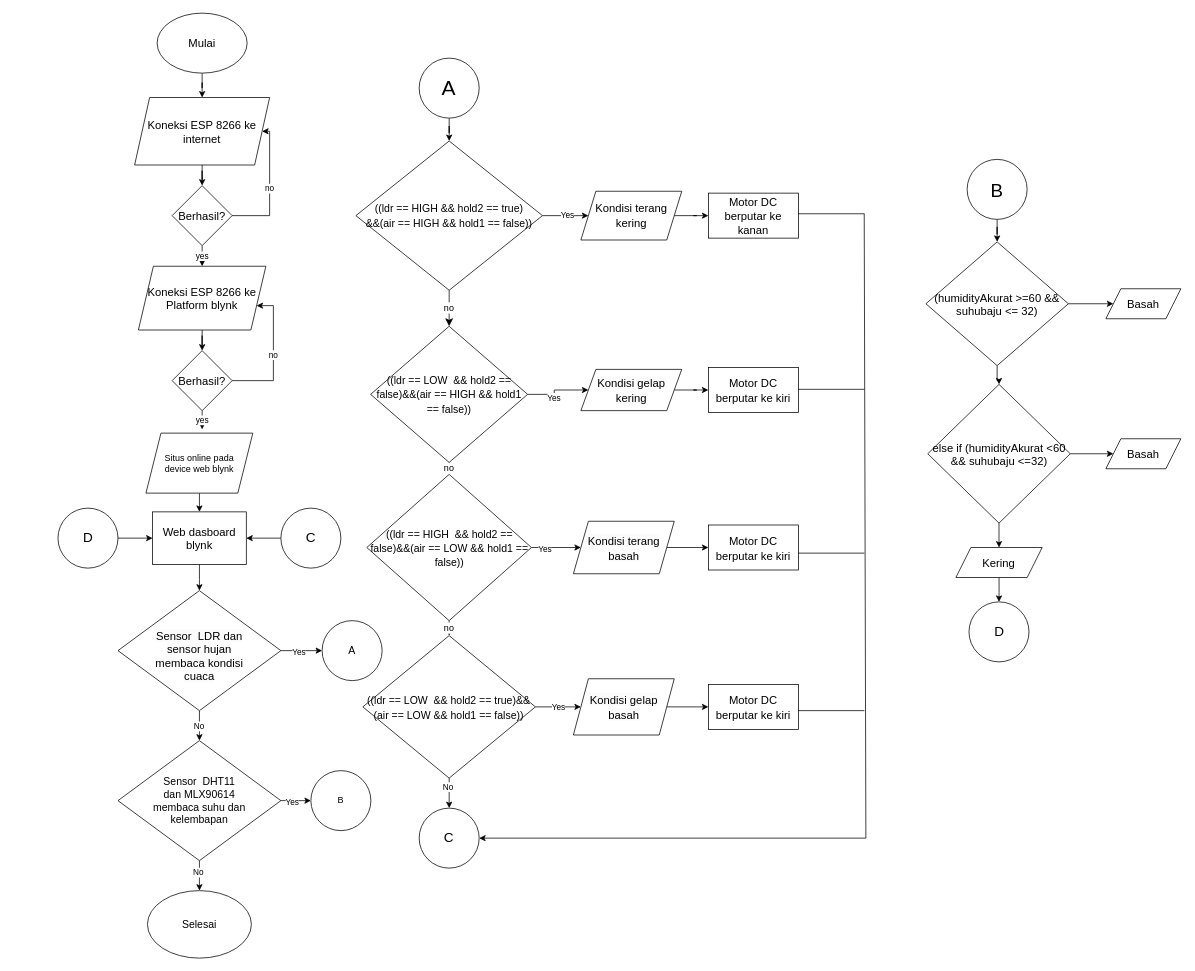
briannugroho/technical-project-Assignment-1 keeps this draw.io diagram as Untitled Diagram.drawio. Above is the earlier version. Source tidied: cells renumbered, new cells numbered last; positions are measured from the earlier drawing's top-left corner, leaving out a move shared by most shapes. Both pictures are drawn from the tidied source at 75%, with x=0, y=0 at pixel (58, 13).
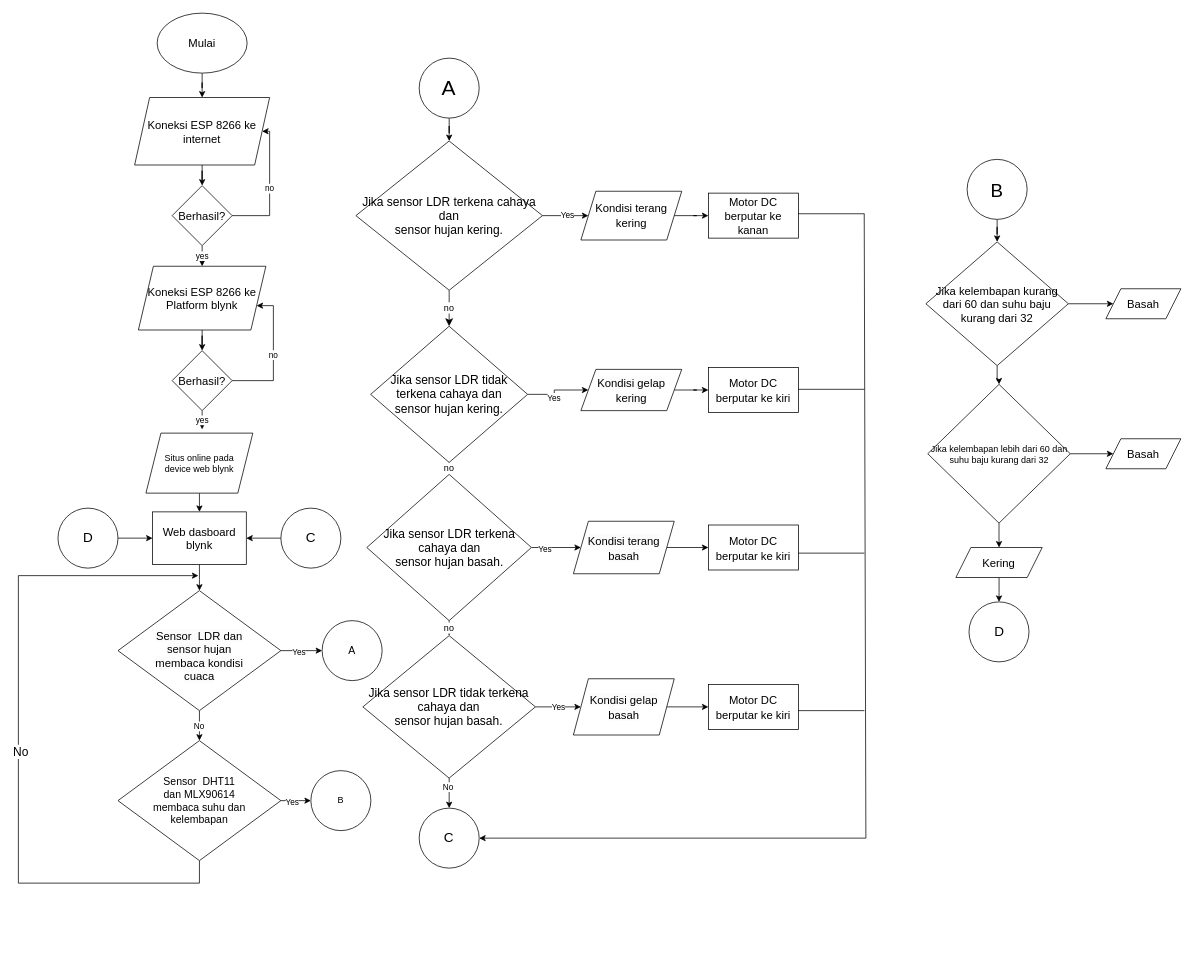
The same diagram, later.

Unchanged cells that the change refers to:
```xml
<mxCell id="76" value="&lt;font style=&quot;font-size: 14px;&quot;&gt;Sensor&amp;nbsp; DHT11&lt;br&gt;dan MLX90614&lt;br&gt;membaca suhu dan&lt;br&gt;kelembapan&lt;/font&gt;" style="rhombus;whiteSpace=wrap;html=1;" parent="1" vertex="1">
  <mxGeometry x="79.8" y="970" width="217.2" height="160" as="geometry" />
</mxCell>
```

Diff of the diagram source:
```diff
@@
-    <mxCell id="19" value="&lt;font style=&quot;font-size: 14px;&quot;&gt;((ldr == HIGH &amp;amp;&amp;amp; hold2 == true) &lt;br&gt;&amp;amp;&amp;amp;(air == HIGH &amp;amp;&amp;amp; hold1 == false))&lt;/font&gt;" style="rhombus;whiteSpace=wrap;html=1;rounded=0;fontSize=16;" parent="1" vertex="1">
+    <mxCell id="19" value="&lt;font style=&quot;font-size: 16px;&quot;&gt;Jika sensor LDR terkena cahaya dan&lt;br&gt;sensor hujan kering.&lt;/font&gt;" style="rhombus;whiteSpace=wrap;html=1;rounded=0;fontSize=16;" parent="1" vertex="1">
       <mxGeometry x="397" y="170.5" width="248.8" height="199" as="geometry" />
     </mxCell>
@@
-    <mxCell id="23" value="&lt;font style=&quot;font-size: 14px;&quot;&gt;((ldr == LOW&amp;nbsp; &amp;amp;&amp;amp; hold2 == false)&amp;amp;&amp;amp;(air == HIGH &amp;amp;&amp;amp; hold1 == false))&lt;/font&gt;" style="rhombus;whiteSpace=wrap;html=1;rounded=0;fontSize=16;" parent="1" vertex="1">
+    <mxCell id="23" value="Jika sensor LDR tidak terkena cahaya dan&lt;br style=&quot;border-color: var(--border-color);&quot;&gt;sensor hujan kering." style="rhombus;whiteSpace=wrap;html=1;rounded=0;fontSize=16;" parent="1" vertex="1">
       <mxGeometry x="416.7" y="417.5" width="209.3" height="181.6" as="geometry" />
     </mxCell>
@@
-    <mxCell id="27" value="&lt;font style=&quot;font-size: 14px;&quot;&gt;((ldr == HIGH&amp;nbsp; &amp;amp;&amp;amp; hold2 == false)&amp;amp;&amp;amp;(air == LOW &amp;amp;&amp;amp; hold1 == false))&lt;/font&gt;" style="rhombus;whiteSpace=wrap;html=1;rounded=0;fontSize=16;" parent="1" vertex="1">
+    <mxCell id="27" value="Jika sensor LDR terkena cahaya dan&lt;br style=&quot;border-color: var(--border-color);&quot;&gt;sensor hujan basah." style="rhombus;whiteSpace=wrap;html=1;rounded=0;fontSize=16;" parent="1" vertex="1">
       <mxGeometry x="411.6" y="615" width="219.5" height="195" as="geometry" />
     </mxCell>
@@
-    <mxCell id="32" value="&lt;font style=&quot;font-size: 14px;&quot;&gt;((ldr == LOW&amp;nbsp; &amp;amp;&amp;amp; hold2 == true)&amp;amp;&amp;amp;(air == LOW &amp;amp;&amp;amp; hold1 == false))&lt;/font&gt;" style="rhombus;whiteSpace=wrap;html=1;rounded=0;fontSize=16;" parent="1" vertex="1">
+    <mxCell id="32" value="Jika sensor LDR tidak terkena cahaya dan&lt;br style=&quot;border-color: var(--border-color);&quot;&gt;sensor hujan basah." style="rhombus;whiteSpace=wrap;html=1;rounded=0;fontSize=16;" parent="1" vertex="1">
       <mxGeometry x="406.3" y="830" width="230.1" height="190" as="geometry" />
     </mxCell>
@@
-    <mxCell id="51" value="&lt;font style=&quot;font-size: 15px;&quot;&gt;(humidityAkurat &amp;gt;=60 &amp;amp;&amp;amp; suhubaju &amp;lt;= 32)&lt;/font&gt;" style="rhombus;whiteSpace=wrap;html=1;" parent="1" vertex="1">
+    <mxCell id="51" value="&lt;font style=&quot;font-size: 15px;&quot;&gt;Jika kelembapan kurang dari 60 dan suhu baju kurang dari 32&lt;/font&gt;" style="rhombus;whiteSpace=wrap;html=1;" parent="1" vertex="1">
       <mxGeometry x="1157" y="305" width="190" height="165" as="geometry" />
     </mxCell>
@@
-    <mxCell id="54" value="&lt;font style=&quot;font-size: 15px;&quot;&gt;else if (humidityAkurat &amp;lt;60 &amp;amp;&amp;amp; suhubaju &amp;lt;=32)&lt;/font&gt;" style="rhombus;whiteSpace=wrap;html=1;" parent="1" vertex="1">
+    <mxCell id="54" value="Jika kelembapan lebih dari 60 dan suhu baju kurang dari 32" style="rhombus;whiteSpace=wrap;html=1;" parent="1" vertex="1">
       <mxGeometry x="1159.5" y="495" width="190" height="185" as="geometry" />
     </mxCell>
@@
-    <mxCell id="74" style="edgeStyle=orthogonalEdgeStyle;rounded=0;jettySize=auto;html=1;" parent="1" edge="1" source="76" target="78">
-      <mxGeometry relative="1" as="geometry" />
-    </mxCell>
+    <mxCell id="86" style="edgeStyle=orthogonalEdgeStyle;rounded=0;jettySize=auto;html=1;exitX=0.5;exitY=1;exitDx=0;exitDy=0;" parent="1" edge="1" source="76">
+      <mxGeometry relative="1" as="geometry">
+        <mxPoint x="187" y="750" as="targetPoint" />
+        <Array as="points">
+          <mxPoint x="188" y="1160" />
+          <mxPoint x="-53" y="1160" />
+          <mxPoint x="-53" y="750" />
+        </Array>
+      </mxGeometry>
+    </mxCell>
-    <mxCell id="75" value="No" style="edgeLabel;html=1;align=center;verticalAlign=middle;" parent="74" vertex="1">
-      <mxGeometry x="-0.23" y="-2" relative="1" as="geometry" />
+    <mxCell id="75" value="&lt;font style=&quot;font-size: 16px;&quot;&gt;No&lt;/font&gt;" style="edgeLabel;html=1;align=center;verticalAlign=middle;" parent="86" vertex="1">
+      <mxGeometry x="-0.03" y="-2" relative="1" as="geometry" />
     </mxCell>
@@
-    <mxCell id="78" value="&lt;font style=&quot;font-size: 14px;&quot;&gt;Selesai&lt;/font&gt;" style="ellipse;whiteSpace=wrap;html=1;" parent="1" vertex="1">
-      <mxGeometry x="119.1" y="1170" width="138.6" height="90" as="geometry" />
-    </mxCell>
```
